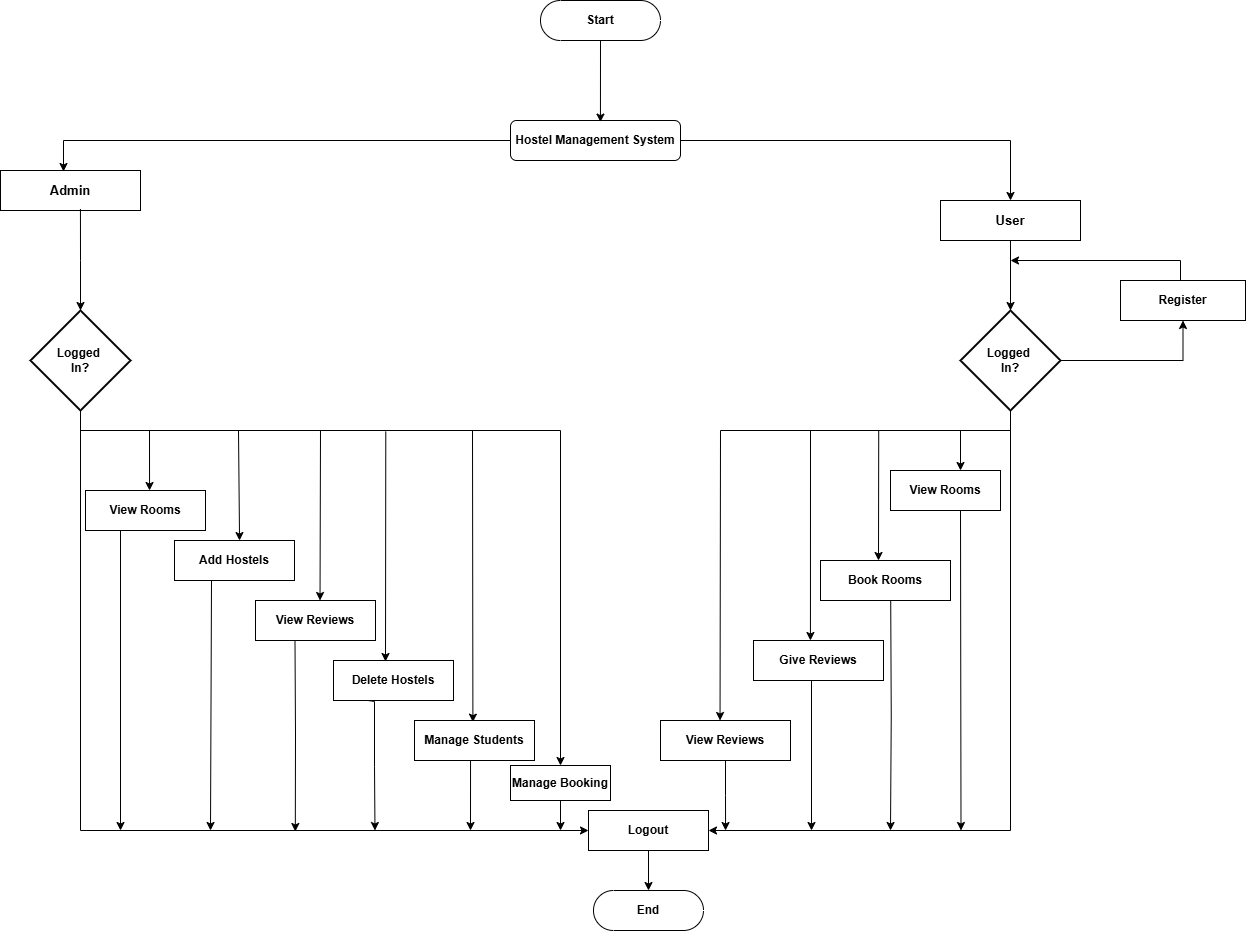
Before: Diagrams/Flowchart.png, a diagram exported from draw.io (ItsSagar-git/Hostel-Management-System-Laravel). Source tidied: cells renumbered, new cells last; positions are measured from the earlier drawing's top-left corner, leaving out a move shared by most shapes.
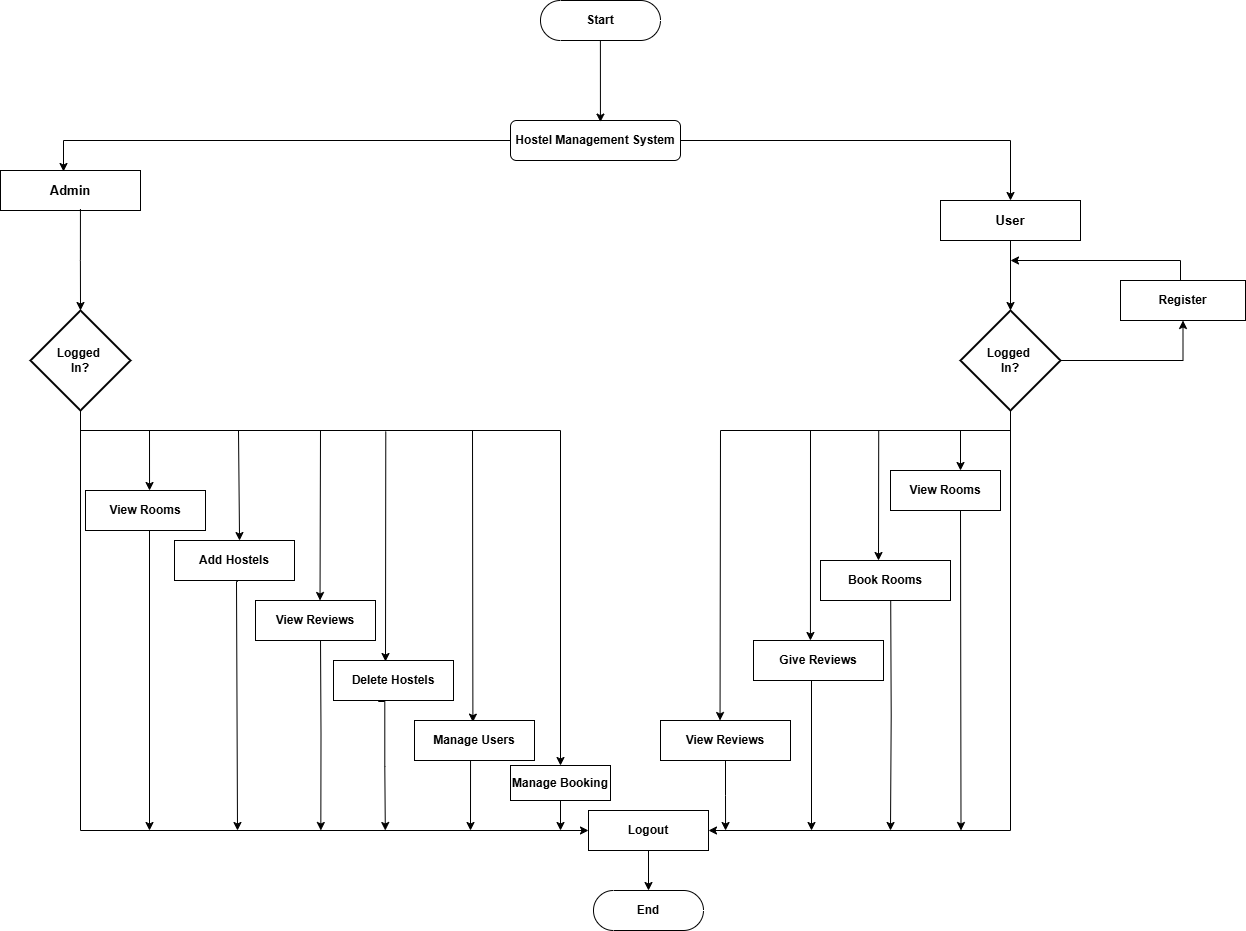
After the change.

Diff of the diagram source:
```diff
@@ -61,16 +61,16 @@
         </Array>
       </mxGeometry>
     </mxCell>
-    <mxCell id="17" value="&lt;b&gt;Manage Students&lt;/b&gt;" style="rounded=0;whiteSpace=wrap;html=1;" parent="1" vertex="1">
+    <mxCell id="17" value="&lt;b&gt;Manage Users&lt;/b&gt;" style="rounded=0;whiteSpace=wrap;html=1;" parent="1" vertex="1">
       <mxGeometry x="414" y="720" width="120" height="40" as="geometry" />
     </mxCell>
     <mxCell id="18" style="edgeStyle=orthogonalEdgeStyle;rounded=0;orthogonalLoop=1;jettySize=auto;html=1;exitX=0.5;exitY=1;exitDx=0;exitDy=0;" parent="1" edge="1">
       <mxGeometry relative="1" as="geometry">
-        <mxPoint x="110" y="520" as="sourcePoint" />
-        <mxPoint x="120" y="830" as="targetPoint" />
+        <mxPoint x="139" y="520" as="sourcePoint" />
+        <mxPoint x="149" y="830" as="targetPoint" />
         <Array as="points">
-          <mxPoint x="120" y="520" />
-          <mxPoint x="120" y="830" />
+          <mxPoint x="149" y="520" />
+          <mxPoint x="149" y="830" />
         </Array>
       </mxGeometry>
     </mxCell>
@@ -79,13 +79,13 @@
     </mxCell>
     <mxCell id="20" style="edgeStyle=orthogonalEdgeStyle;rounded=0;orthogonalLoop=1;jettySize=auto;html=1;" parent="1" edge="1">
       <mxGeometry relative="1" as="geometry">
-        <mxPoint x="205" y="580" as="sourcePoint" />
-        <mxPoint x="211" y="830" as="targetPoint" />
+        <mxPoint x="231" y="580" as="sourcePoint" />
+        <mxPoint x="237" y="830" as="targetPoint" />
         <Array as="points">
-          <mxPoint x="211" y="580" />
-          <mxPoint x="211" y="581" />
-          <mxPoint x="210" y="581" />
-          <mxPoint x="210" y="830" />
+          <mxPoint x="237" y="580" />
+          <mxPoint x="237" y="581" />
+          <mxPoint x="236" y="581" />
+          <mxPoint x="236" y="830" />
         </Array>
       </mxGeometry>
     </mxCell>
@@ -94,8 +94,8 @@
     </mxCell>
     <mxCell id="22" style="edgeStyle=orthogonalEdgeStyle;rounded=0;orthogonalLoop=1;jettySize=auto;html=1;exitX=0.329;exitY=1.025;exitDx=0;exitDy=0;exitPerimeter=0;" parent="1" edge="1">
       <mxGeometry relative="1" as="geometry">
-        <mxPoint x="294.5" y="637" as="sourcePoint" />
-        <mxPoint x="294.8" y="831" as="targetPoint" />
+        <mxPoint x="320" y="636" as="sourcePoint" />
+        <mxPoint x="320.3" y="830" as="targetPoint" />
       </mxGeometry>
     </mxCell>
     <mxCell id="23" value="&lt;b&gt;View Reviews&lt;/b&gt;" style="rounded=0;whiteSpace=wrap;html=1;" parent="1" vertex="1">
@@ -103,12 +103,12 @@
     </mxCell>
     <mxCell id="24" style="edgeStyle=orthogonalEdgeStyle;rounded=0;orthogonalLoop=1;jettySize=auto;html=1;exitX=0.5;exitY=1;exitDx=0;exitDy=0;" parent="1" edge="1">
       <mxGeometry relative="1" as="geometry">
-        <mxPoint x="367.7" y="700" as="sourcePoint" />
-        <mxPoint x="374.5" y="830" as="targetPoint" />
+        <mxPoint x="378" y="700" as="sourcePoint" />
+        <mxPoint x="384.8" y="830" as="targetPoint" />
         <Array as="points">
-          <mxPoint x="368" y="701" />
-          <mxPoint x="374" y="701" />
-          <mxPoint x="374" y="766" />
+          <mxPoint x="378.3" y="701" />
+          <mxPoint x="384.3" y="701" />
+          <mxPoint x="384.3" y="766" />
         </Array>
       </mxGeometry>
     </mxCell>
```
